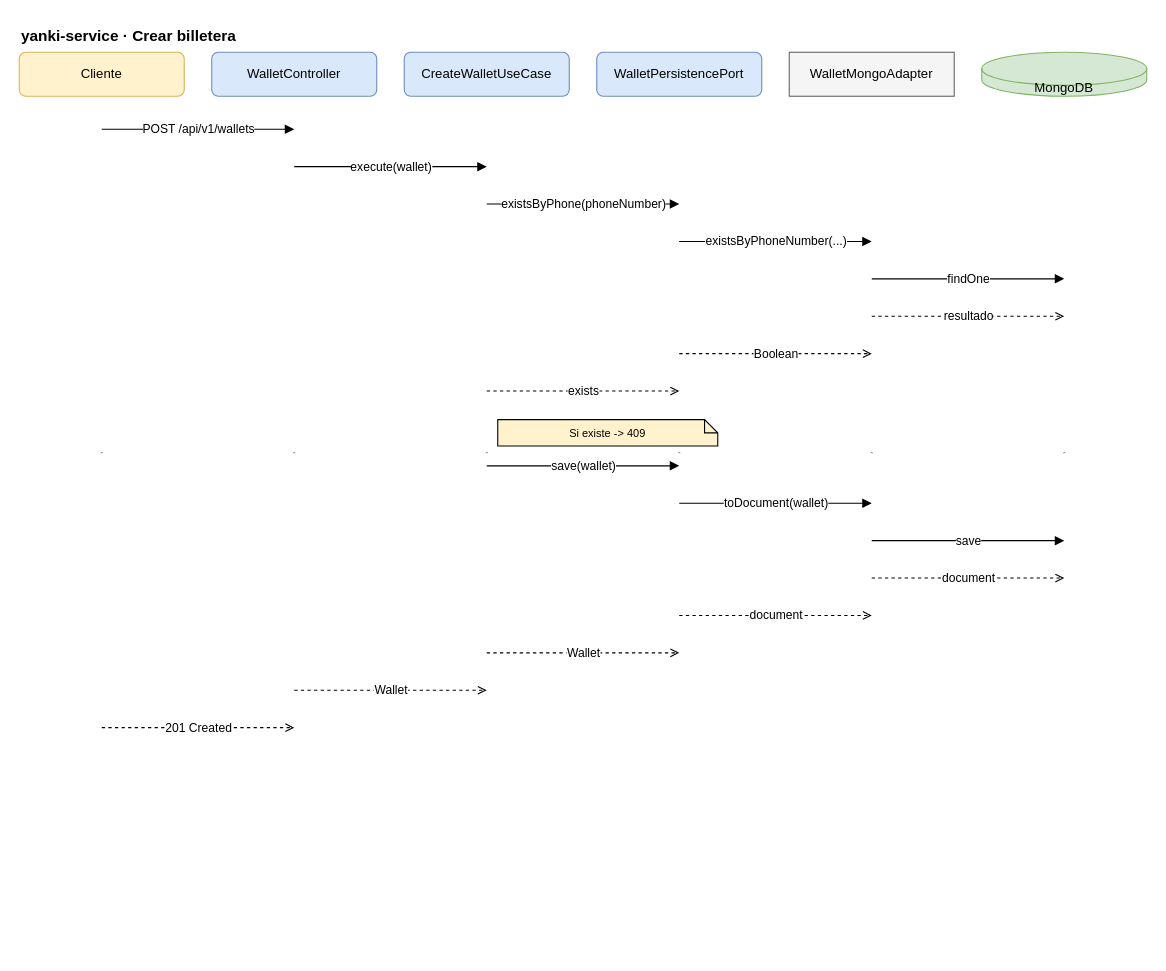
Zairex-Code/financial-core keeps this draw.io diagram as docs/diagrams/drawio/11-yanki-crear.drawio. Above is the earlier version. Source tidied: cells renumbered, new cells numbered last; positions are measured from the earlier drawing's top-left corner, leaving out a move shared by most shapes. Both pictures are drawn from the tidied source at 110%, with x=0, y=0 at pixel (19, 19).
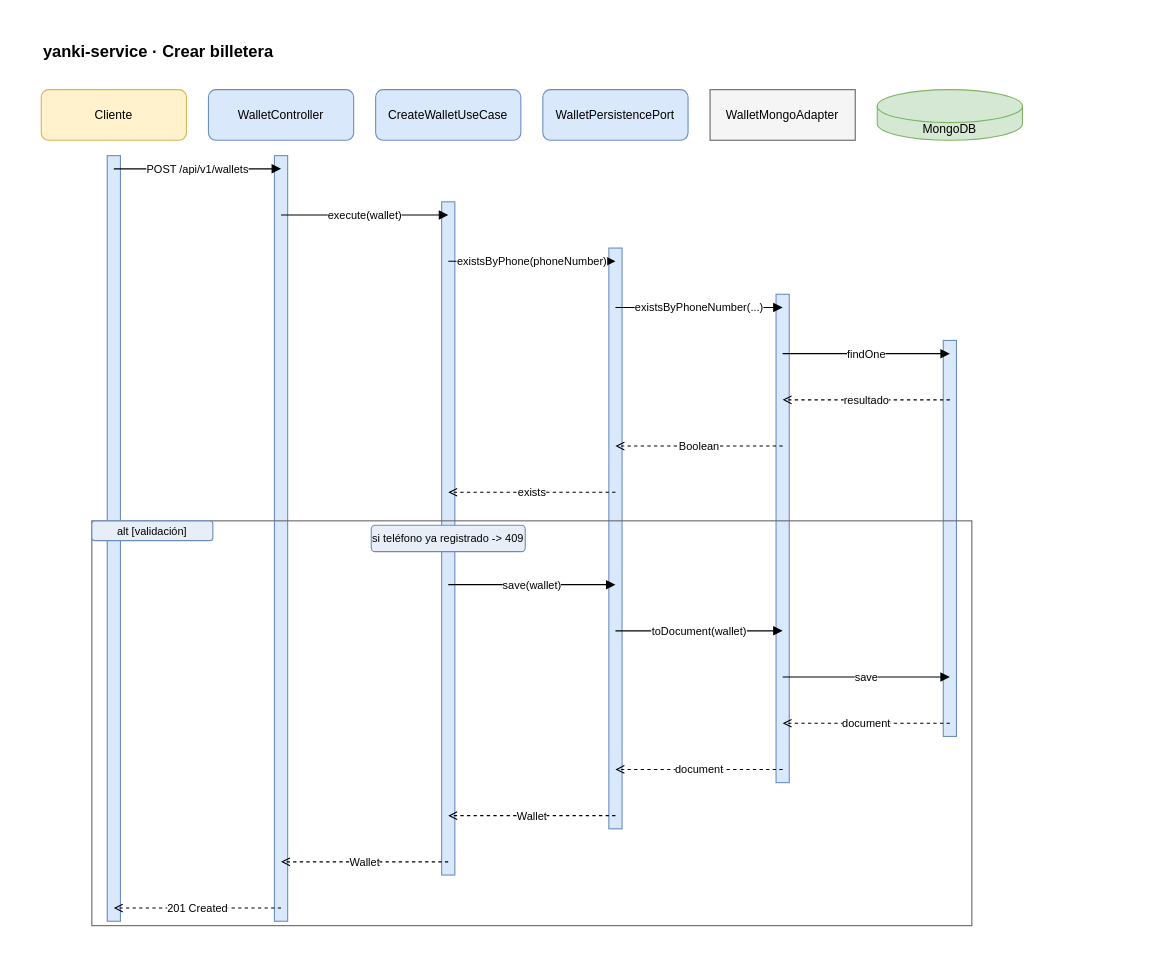
The same page after the edit.

The edit, as a diff of the source:
```diff
@@
+    <mxCell id="8" value="yanki-service · Crear billetera" style="text;html=1;align=left;fontSize=15;fontStyle=1;" parent="1" vertex="1">
+      <mxGeometry x="20" y="14" width="900" height="24" as="geometry" />
+    </mxCell>
-    <mxCell id="2" value="Cliente" style="rounded=1;whiteSpace=wrap;html=1;fillColor=#fff2cc;strokeColor=#d6b656;fontSize=12;" parent="1" vertex="1">
-      <mxGeometry y="30" width="150" height="40" as="geometry" />
+    <mxCell id="2" value="Cliente" style="rounded=1;whiteSpace=wrap;html=1;fillColor=#fff2cc;strokeColor=#d6b656;fontSize=11;" parent="1" vertex="1">
+      <mxGeometry x="20" y="64" width="132" height="46" as="geometry" />
     </mxCell>
-    <mxCell id="3" value="WalletController" style="rounded=1;whiteSpace=wrap;html=1;fillColor=#dae8fc;strokeColor=#6c8ebf;fontSize=12;" parent="1" vertex="1">
-      <mxGeometry x="175" y="30" width="150" height="40" as="geometry" />
+    <mxCell id="3" value="WalletController" style="rounded=1;whiteSpace=wrap;html=1;fillColor=#dae8fc;strokeColor=#6c8ebf;fontSize=11;fontStyle=0;" parent="1" vertex="1">
+      <mxGeometry x="172" y="64" width="132" height="46" as="geometry" />
     </mxCell>
-    <mxCell id="4" value="CreateWalletUseCase" style="rounded=1;whiteSpace=wrap;html=1;fillColor=#dae8fc;strokeColor=#6c8ebf;fontSize=12;" parent="1" vertex="1">
-      <mxGeometry x="350" y="30" width="150" height="40" as="geometry" />
+    <mxCell id="4" value="CreateWalletUseCase" style="rounded=1;whiteSpace=wrap;html=1;fillColor=#dae8fc;strokeColor=#6c8ebf;fontSize=11;fontStyle=0;" parent="1" vertex="1">
+      <mxGeometry x="324" y="64" width="132" height="46" as="geometry" />
     </mxCell>
-    <mxCell id="5" value="WalletPersistencePort" style="rounded=1;whiteSpace=wrap;html=1;fillColor=#dae8fc;strokeColor=#6c8ebf;fontSize=12;" parent="1" vertex="1">
-      <mxGeometry x="525" y="30" width="150" height="40" as="geometry" />
+    <mxCell id="5" value="WalletPersistencePort" style="rounded=1;whiteSpace=wrap;html=1;fillColor=#dae8fc;strokeColor=#6c8ebf;fontSize=11;fontStyle=0;" parent="1" vertex="1">
+      <mxGeometry x="476" y="64" width="132" height="46" as="geometry" />
     </mxCell>
-    <mxCell id="6" value="WalletMongoAdapter" style="whiteSpace=wrap;html=1;fillColor=#f5f5f5;strokeColor=#666666;fontSize=12;" parent="1" vertex="1">
-      <mxGeometry x="700" y="30" width="150" height="40" as="geometry" />
+    <mxCell id="6" value="WalletMongoAdapter" style="whiteSpace=wrap;html=1;fillColor=#f5f5f5;strokeColor=#666666;fontSize=11;" parent="1" vertex="1">
+      <mxGeometry x="628" y="64" width="132" height="46" as="geometry" />
     </mxCell>
-    <mxCell id="7" value="MongoDB" style="shape=cylinder3;whiteSpace=wrap;html=1;fillColor=#d5e8d4;strokeColor=#82b366;boundedLbl=1;backgroundOutline=1;size=15;fontSize=12;" parent="1" vertex="1">
-      <mxGeometry x="875" y="30" width="150" height="40" as="geometry" />
+    <mxCell id="7" value="MongoDB" style="shape=cylinder3;whiteSpace=wrap;html=1;fillColor=#d5e8d4;strokeColor=#82b366;boundedLbl=1;backgroundOutline=1;size=15;fontSize=11;" parent="1" vertex="1">
+      <mxGeometry x="780" y="64" width="132" height="46" as="geometry" />
     </mxCell>
-    <mxCell id="8" value="yanki-service · Crear billetera" style="text;html=1;align=left;fontSize=14;fontStyle=1;" parent="1" vertex="1">
-      <mxGeometry width="400" height="20" as="geometry" />
-    </mxCell>
     <mxCell id="9" style="shape=line;strokeColor=#999999;dashed=1;html=1;" parent="1" vertex="1">
-      <mxGeometry x="74" y="70" width="2" height="648" as="geometry" />
+      <mxGeometry x="85" y="110" width="2" height="738" as="geometry" />
     </mxCell>
     <mxCell id="10" style="shape=line;strokeColor=#999999;dashed=1;html=1;" parent="1" vertex="1">
-      <mxGeometry x="249" y="70" width="2" height="648" as="geometry" />
+      <mxGeometry x="237" y="110" width="2" height="738" as="geometry" />
     </mxCell>
     <mxCell id="11" style="shape=line;strokeColor=#999999;dashed=1;html=1;" parent="1" vertex="1">
-      <mxGeometry x="424" y="70" width="2" height="648" as="geometry" />
+      <mxGeometry x="389" y="110" width="2" height="738" as="geometry" />
     </mxCell>
     <mxCell id="12" style="shape=line;strokeColor=#999999;dashed=1;html=1;" parent="1" vertex="1">
-      <mxGeometry x="599" y="70" width="2" height="648" as="geometry" />
+      <mxGeometry x="541" y="110" width="2" height="738" as="geometry" />
     </mxCell>
     <mxCell id="13" style="shape=line;strokeColor=#999999;dashed=1;html=1;" parent="1" vertex="1">
-      <mxGeometry x="774" y="70" width="2" height="648" as="geometry" />
+      <mxGeometry x="693" y="110" width="2" height="738" as="geometry" />
     </mxCell>
     <mxCell id="14" style="shape=line;strokeColor=#999999;dashed=1;html=1;" parent="1" vertex="1">
-      <mxGeometry x="949" y="70" width="2" height="648" as="geometry" />
+      <mxGeometry x="845" y="110" width="2" height="738" as="geometry" />
     </mxCell>
-    <mxCell id="15" value="Si existe -&gt; 409" style="shape=note;whiteSpace=wrap;html=1;backgroundOutline=1;size=12;fillColor=#fff2cc;fontSize=10;" parent="1" vertex="1">
-      <mxGeometry x="435" y="364" width="200" height="24" as="geometry" />
-    </mxCell>
+    <mxCell id="32" style="rounded=0;html=1;fillColor=#dae8fc;strokeColor=#6c8ebf;" parent="1" vertex="1">
+      <mxGeometry x="80" y="124" width="12" height="696" as="geometry" />
+    </mxCell>
+    <mxCell id="33" style="rounded=0;html=1;fillColor=#dae8fc;strokeColor=#6c8ebf;" parent="1" vertex="1">
+      <mxGeometry x="232" y="124" width="12" height="696" as="geometry" />
+    </mxCell>
+    <mxCell id="34" style="rounded=0;html=1;fillColor=#dae8fc;strokeColor=#6c8ebf;" parent="1" vertex="1">
+      <mxGeometry x="384" y="166" width="12" height="612" as="geometry" />
+    </mxCell>
+    <mxCell id="35" style="rounded=0;html=1;fillColor=#dae8fc;strokeColor=#6c8ebf;" parent="1" vertex="1">
+      <mxGeometry x="536" y="208" width="12" height="528" as="geometry" />
+    </mxCell>
+    <mxCell id="36" style="rounded=0;html=1;fillColor=#dae8fc;strokeColor=#6c8ebf;" parent="1" vertex="1">
+      <mxGeometry x="688" y="250" width="12" height="444" as="geometry" />
+    </mxCell>
+    <mxCell id="37" style="rounded=0;html=1;fillColor=#dae8fc;strokeColor=#6c8ebf;" parent="1" vertex="1">
+      <mxGeometry x="840" y="292" width="12" height="360" as="geometry" />
+    </mxCell>
+    <mxCell id="38" style="rounded=0;whiteSpace=wrap;html=1;fillColor=none;strokeColor=#666666;fontSize=10;verticalAlign=top;" parent="1" vertex="1">
+      <mxGeometry x="66" y="456" width="800" height="368" as="geometry" />
+    </mxCell>
+    <mxCell id="39" value="alt [validación]" style="rounded=1;whiteSpace=wrap;html=1;fillColor=#e8eef7;strokeColor=#6c8ebf;fontSize=10;" parent="1" vertex="1">
+      <mxGeometry x="66" y="456" width="110" height="18" as="geometry" />
+    </mxCell>
-    <mxCell id="16" value="POST /api/v1/wallets" style="edgeStyle=orthogonalEdgeStyle;rounded=0;html=1;endArrow=block;fontSize=11;" parent="1" edge="1">
+    <mxCell id="16" value="POST /api/v1/wallets" style="edgeStyle=orthogonalEdgeStyle;rounded=0;html=1;endArrow=block;fontSize=10;labelBackgroundColor=#ffffff;" parent="1" edge="1">
       <mxGeometry relative="1" as="geometry">
-        <mxPoint x="75" y="100" as="sourcePoint" />
-        <mxPoint x="250" y="100" as="targetPoint" />
+        <mxPoint x="86" y="136" as="sourcePoint" />
+        <mxPoint x="238" y="136" as="targetPoint" />
       </mxGeometry>
     </mxCell>
-    <mxCell id="17" value="execute(wallet)" style="edgeStyle=orthogonalEdgeStyle;rounded=0;html=1;endArrow=block;fontSize=11;" parent="1" edge="1">
+    <mxCell id="17" value="execute(wallet)" style="edgeStyle=orthogonalEdgeStyle;rounded=0;html=1;endArrow=block;fontSize=10;labelBackgroundColor=#ffffff;" parent="1" edge="1">
       <mxGeometry relative="1" as="geometry">
-        <mxPoint x="250" y="134" as="sourcePoint" />
-        <mxPoint x="425" y="134" as="targetPoint" />
+        <mxPoint x="238" y="178" as="sourcePoint" />
+        <mxPoint x="390" y="178" as="targetPoint" />
       </mxGeometry>
     </mxCell>
-    <mxCell id="18" value="existsByPhone(phoneNumber)" style="edgeStyle=orthogonalEdgeStyle;rounded=0;html=1;endArrow=block;fontSize=11;" parent="1" edge="1">
+    <mxCell id="18" value="existsByPhone(phoneNumber)" style="edgeStyle=orthogonalEdgeStyle;rounded=0;html=1;endArrow=block;fontSize=10;labelBackgroundColor=#ffffff;" parent="1" edge="1">
       <mxGeometry relative="1" as="geometry">
-        <mxPoint x="425" y="168" as="sourcePoint" />
-        <mxPoint x="600" y="168" as="targetPoint" />
+        <mxPoint x="390" y="220" as="sourcePoint" />
+        <mxPoint x="542" y="220" as="targetPoint" />
       </mxGeometry>
     </mxCell>
-    <mxCell id="19" value="existsByPhoneNumber(...)" style="edgeStyle=orthogonalEdgeStyle;rounded=0;html=1;endArrow=block;fontSize=11;" parent="1" edge="1">
+    <mxCell id="19" value="existsByPhoneNumber(...)" style="edgeStyle=orthogonalEdgeStyle;rounded=0;html=1;endArrow=block;fontSize=10;labelBackgroundColor=#ffffff;" parent="1" edge="1">
       <mxGeometry relative="1" as="geometry">
-        <mxPoint x="600" y="202" as="sourcePoint" />
-        <mxPoint x="775" y="202" as="targetPoint" />
+        <mxPoint x="542" y="262" as="sourcePoint" />
+        <mxPoint x="694" y="262" as="targetPoint" />
       </mxGeometry>
     </mxCell>
-    <mxCell id="20" value="findOne" style="edgeStyle=orthogonalEdgeStyle;rounded=0;html=1;endArrow=block;fontSize=11;" parent="1" edge="1">
+    <mxCell id="20" value="findOne" style="edgeStyle=orthogonalEdgeStyle;rounded=0;html=1;endArrow=block;fontSize=10;labelBackgroundColor=#ffffff;" parent="1" edge="1">
       <mxGeometry relative="1" as="geometry">
-        <mxPoint x="775" y="236" as="sourcePoint" />
-        <mxPoint x="950" y="236" as="targetPoint" />
+        <mxPoint x="694" y="304" as="sourcePoint" />
+        <mxPoint x="846" y="304" as="targetPoint" />
       </mxGeometry>
     </mxCell>
-    <mxCell id="21" value="resultado" style="edgeStyle=orthogonalEdgeStyle;rounded=0;html=1;dashed=1;endArrow=open;fontSize=11;" parent="1" edge="1">
+    <mxCell id="21" value="resultado" style="edgeStyle=orthogonalEdgeStyle;rounded=0;html=1;dashed=1;endArrow=open;fontSize=10;labelBackgroundColor=#ffffff;" parent="1" edge="1">
       <mxGeometry relative="1" as="geometry">
-        <mxPoint x="775" y="270" as="sourcePoint" />
-        <mxPoint x="950" y="270" as="targetPoint" />
+        <mxPoint x="846" y="346" as="sourcePoint" />
+        <mxPoint x="694" y="346" as="targetPoint" />
       </mxGeometry>
     </mxCell>
-    <mxCell id="22" value="Boolean" style="edgeStyle=orthogonalEdgeStyle;rounded=0;html=1;dashed=1;endArrow=open;fontSize=11;" parent="1" edge="1">
+    <mxCell id="22" value="Boolean" style="edgeStyle=orthogonalEdgeStyle;rounded=0;html=1;dashed=1;endArrow=open;fontSize=10;labelBackgroundColor=#ffffff;" parent="1" edge="1">
       <mxGeometry relative="1" as="geometry">
-        <mxPoint x="600" y="304" as="sourcePoint" />
-        <mxPoint x="775" y="304" as="targetPoint" />
+        <mxPoint x="694" y="388" as="sourcePoint" />
+        <mxPoint x="542" y="388" as="targetPoint" />
       </mxGeometry>
     </mxCell>
-    <mxCell id="23" value="exists" style="edgeStyle=orthogonalEdgeStyle;rounded=0;html=1;dashed=1;endArrow=open;fontSize=11;" parent="1" edge="1">
+    <mxCell id="23" value="exists" style="edgeStyle=orthogonalEdgeStyle;rounded=0;html=1;dashed=1;endArrow=open;fontSize=10;labelBackgroundColor=#ffffff;" parent="1" edge="1">
       <mxGeometry relative="1" as="geometry">
-        <mxPoint x="425" y="338" as="sourcePoint" />
-        <mxPoint x="600" y="338" as="targetPoint" />
+        <mxPoint x="542" y="430" as="sourcePoint" />
+        <mxPoint x="390" y="430" as="targetPoint" />
       </mxGeometry>
     </mxCell>
+    <mxCell id="40" value="si teléfono ya registrado -&gt; 409" style="rounded=1;whiteSpace=wrap;html=1;fillColor=#e8eef7;strokeColor=#6c8ebf;fontSize=10;" parent="1" vertex="1">
+      <mxGeometry x="320" y="460" width="140" height="24" as="geometry" />
+    </mxCell>
-    <mxCell id="24" value="save(wallet)" style="edgeStyle=orthogonalEdgeStyle;rounded=0;html=1;endArrow=block;fontSize=11;" parent="1" edge="1">
+    <mxCell id="24" value="save(wallet)" style="edgeStyle=orthogonalEdgeStyle;rounded=0;html=1;endArrow=block;fontSize=10;labelBackgroundColor=#ffffff;" parent="1" edge="1">
       <mxGeometry relative="1" as="geometry">
-        <mxPoint x="425" y="406" as="sourcePoint" />
-        <mxPoint x="600" y="406" as="targetPoint" />
+        <mxPoint x="390" y="514" as="sourcePoint" />
+        <mxPoint x="542" y="514" as="targetPoint" />
       </mxGeometry>
     </mxCell>
-    <mxCell id="25" value="toDocument(wallet)" style="edgeStyle=orthogonalEdgeStyle;rounded=0;html=1;endArrow=block;fontSize=11;" parent="1" edge="1">
+    <mxCell id="25" value="toDocument(wallet)" style="edgeStyle=orthogonalEdgeStyle;rounded=0;html=1;endArrow=block;fontSize=10;labelBackgroundColor=#ffffff;" parent="1" edge="1">
       <mxGeometry relative="1" as="geometry">
-        <mxPoint x="600" y="440" as="sourcePoint" />
-        <mxPoint x="775" y="440" as="targetPoint" />
+        <mxPoint x="542" y="556" as="sourcePoint" />
+        <mxPoint x="694" y="556" as="targetPoint" />
       </mxGeometry>
     </mxCell>
-    <mxCell id="26" value="save" style="edgeStyle=orthogonalEdgeStyle;rounded=0;html=1;endArrow=block;fontSize=11;" parent="1" edge="1">
+    <mxCell id="26" value="save" style="edgeStyle=orthogonalEdgeStyle;rounded=0;html=1;endArrow=block;fontSize=10;labelBackgroundColor=#ffffff;" parent="1" edge="1">
       <mxGeometry relative="1" as="geometry">
-        <mxPoint x="775" y="474" as="sourcePoint" />
-        <mxPoint x="950" y="474" as="targetPoint" />
+        <mxPoint x="694" y="598" as="sourcePoint" />
+        <mxPoint x="846" y="598" as="targetPoint" />
       </mxGeometry>
     </mxCell>
-    <mxCell id="27" value="document" style="edgeStyle=orthogonalEdgeStyle;rounded=0;html=1;dashed=1;endArrow=open;fontSize=11;" parent="1" edge="1">
+    <mxCell id="27" value="document" style="edgeStyle=orthogonalEdgeStyle;rounded=0;html=1;dashed=1;endArrow=open;fontSize=10;labelBackgroundColor=#ffffff;" parent="1" edge="1">
       <mxGeometry relative="1" as="geometry">
-        <mxPoint x="775" y="508" as="sourcePoint" />
-        <mxPoint x="950" y="508" as="targetPoint" />
+        <mxPoint x="846" y="640" as="sourcePoint" />
+        <mxPoint x="694" y="640" as="targetPoint" />
       </mxGeometry>
     </mxCell>
-    <mxCell id="28" value="document" style="edgeStyle=orthogonalEdgeStyle;rounded=0;html=1;dashed=1;endArrow=open;fontSize=11;" parent="1" edge="1">
+    <mxCell id="28" value="document" style="edgeStyle=orthogonalEdgeStyle;rounded=0;html=1;dashed=1;endArrow=open;fontSize=10;labelBackgroundColor=#ffffff;" parent="1" edge="1">
       <mxGeometry relative="1" as="geometry">
-        <mxPoint x="600" y="542" as="sourcePoint" />
-        <mxPoint x="775" y="542" as="targetPoint" />
+        <mxPoint x="694" y="682" as="sourcePoint" />
+        <mxPoint x="542" y="682" as="targetPoint" />
       </mxGeometry>
     </mxCell>
-    <mxCell id="29" value="Wallet" style="edgeStyle=orthogonalEdgeStyle;rounded=0;html=1;dashed=1;endArrow=open;fontSize=11;" parent="1" edge="1">
+    <mxCell id="29" value="Wallet" style="edgeStyle=orthogonalEdgeStyle;rounded=0;html=1;dashed=1;endArrow=open;fontSize=10;labelBackgroundColor=#ffffff;" parent="1" edge="1">
       <mxGeometry relative="1" as="geometry">
-        <mxPoint x="425" y="576" as="sourcePoint" />
-        <mxPoint x="600" y="576" as="targetPoint" />
+        <mxPoint x="542" y="724" as="sourcePoint" />
+        <mxPoint x="390" y="724" as="targetPoint" />
       </mxGeometry>
     </mxCell>
-    <mxCell id="30" value="Wallet" style="edgeStyle=orthogonalEdgeStyle;rounded=0;html=1;dashed=1;endArrow=open;fontSize=11;" parent="1" edge="1">
+    <mxCell id="30" value="Wallet" style="edgeStyle=orthogonalEdgeStyle;rounded=0;html=1;dashed=1;endArrow=open;fontSize=10;labelBackgroundColor=#ffffff;" parent="1" edge="1">
       <mxGeometry relative="1" as="geometry">
-        <mxPoint x="250" y="610" as="sourcePoint" />
-        <mxPoint x="425" y="610" as="targetPoint" />
+        <mxPoint x="390" y="766" as="sourcePoint" />
+        <mxPoint x="238" y="766" as="targetPoint" />
       </mxGeometry>
     </mxCell>
-    <mxCell id="31" value="201 Created" style="edgeStyle=orthogonalEdgeStyle;rounded=0;html=1;dashed=1;endArrow=open;fontSize=11;" parent="1" edge="1">
+    <mxCell id="31" value="201 Created" style="edgeStyle=orthogonalEdgeStyle;rounded=0;html=1;dashed=1;endArrow=open;fontSize=10;labelBackgroundColor=#ffffff;" parent="1" edge="1">
       <mxGeometry relative="1" as="geometry">
-        <mxPoint x="75" y="644" as="sourcePoint" />
-        <mxPoint x="250" y="644" as="targetPoint" />
+        <mxPoint x="238" y="808" as="sourcePoint" />
+        <mxPoint x="86" y="808" as="targetPoint" />
       </mxGeometry>
     </mxCell>
```
